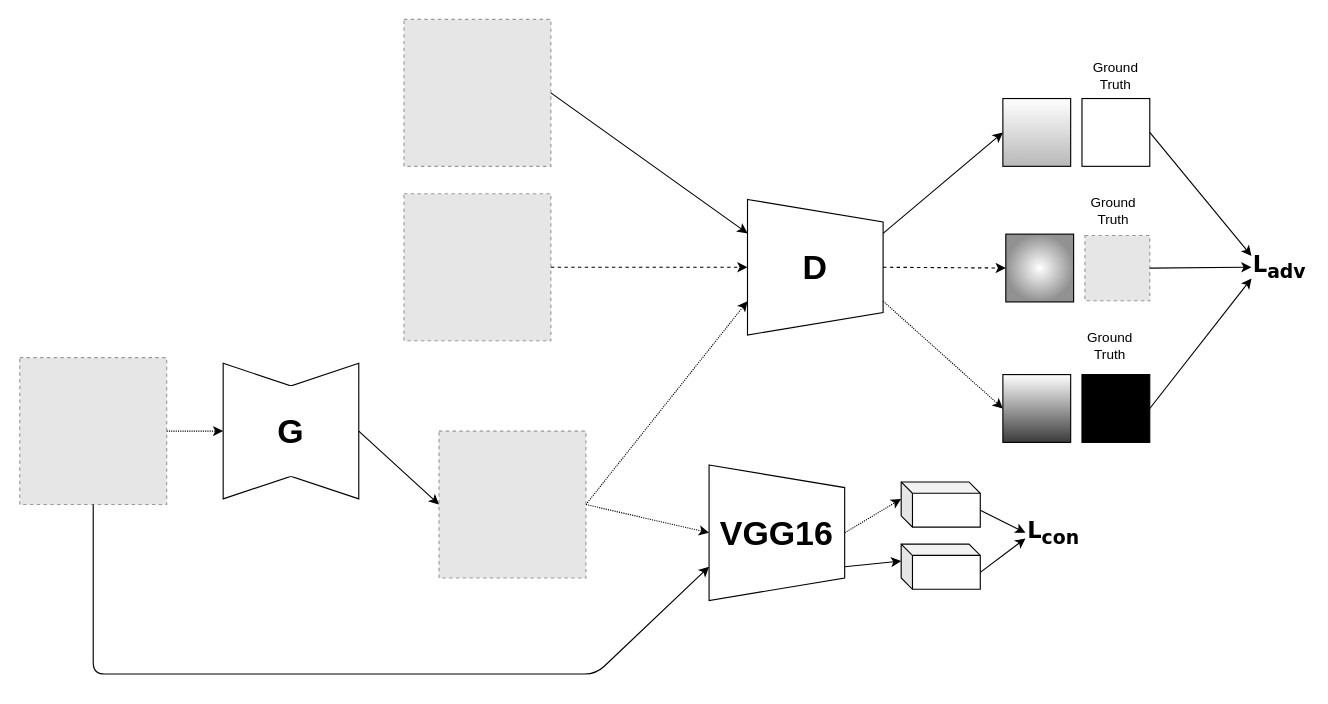
This is cgantrain.drawio from DavideEva/Ghibli-Cartoon-GAN, a draw.io file, before an edit. Source tidied: cells renumbered, new cells numbered last; positions are measured from the earlier drawing's top-left corner, leaving out a move shared by most shapes. Both pictures are drawn from the tidied source at 113%, with x=0, y=0 at pixel (19, 19). Pictures stored in the file or linked from it are replaced by grey dashed boxes.
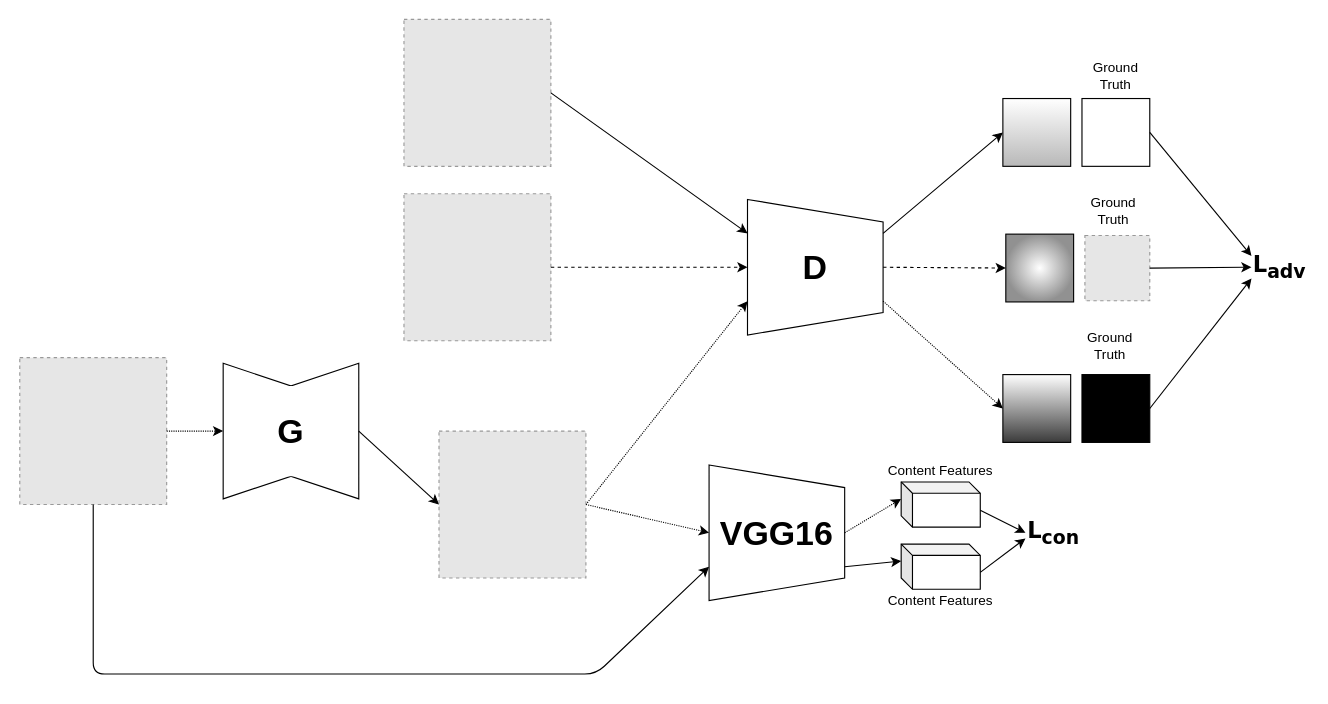
After the change.

The edit, as a diff of the source:
```diff
@@
+    <mxCell id="46" value="Content Features" style="text;html=1;strokeColor=none;fillColor=none;align=center;verticalAlign=middle;whiteSpace=wrap;rounded=0;" parent="1" vertex="1">
+      <mxGeometry x="762" y="389" width="106" height="20" as="geometry" />
+    </mxCell>
+    <mxCell id="47" value="Content Features" style="text;html=1;strokeColor=none;fillColor=none;align=center;verticalAlign=middle;whiteSpace=wrap;rounded=0;" parent="1" vertex="1">
+      <mxGeometry x="762" y="504" width="106" height="20" as="geometry" />
+    </mxCell>
```
